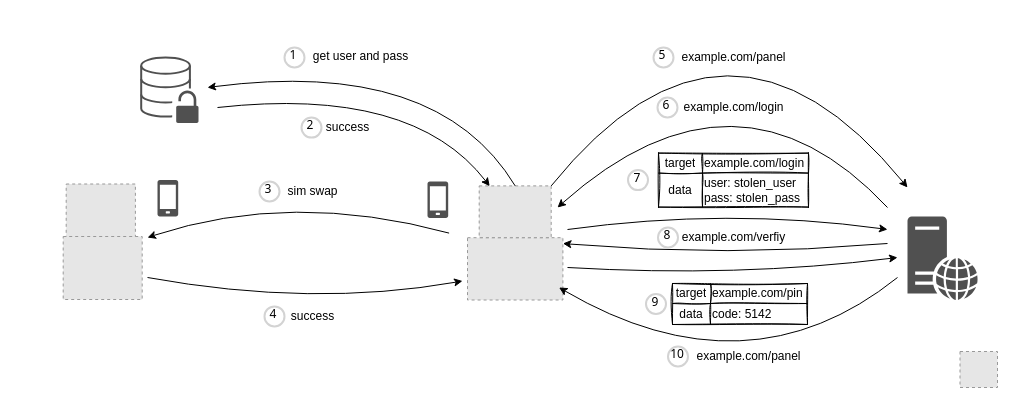
This is two-factor-authentication-sim-swapping.drawio from qeeqbox/two-factor-authentication-sim-swapping, a draw.io file, before an edit. Source tidied: cells renumbered, new cells numbered last; positions are measured from the earlier drawing's top-left corner, leaving out a move shared by most shapes. Both pictures are drawn from the tidied source at 100%, with x=0, y=0 at pixel (17, -33). Pictures stored in the file or linked from it are replaced by grey dashed boxes.
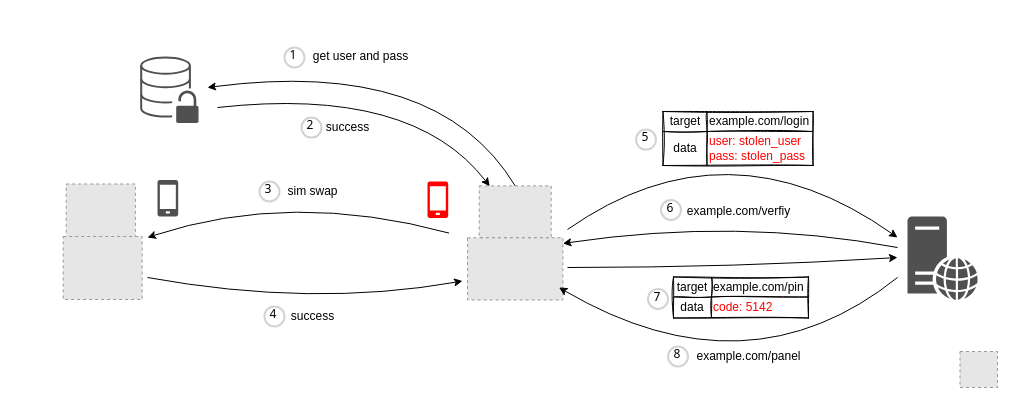
The same page after the edit.

The change refers to these unchanged cells:
```xml
<mxCell id="5" style="fillColor=#E6E6E6;strokeColor=#999999;dashed=1;html=1;verticalAlign=top;verticalLabelPosition=bottom;labelBackgroundColor=#ffffff;" parent="3" vertex="1">
  <mxGeometry x="11.7" width="72" height="51.8" as="geometry" />
</mxCell>
<mxCell id="20" style="shape=tableRow;horizontal=0;startSize=0;swimlaneHead=0;swimlaneBody=0;top=0;left=0;bottom=0;right=0;fillColor=none;" parent="16" vertex="1">
  <mxGeometry y="20" width="150" height="34" as="geometry" />
</mxCell>
<mxCell id="28" style="shape=tableRow;horizontal=0;startSize=0;swimlaneHead=0;swimlaneBody=0;top=0;left=0;bottom=0;right=0;fillColor=none;" parent="24" vertex="1">
  <mxGeometry y="20" width="135" height="21" as="geometry" />
</mxCell>
```

Change to the diagram source:
```diff
@@
-    <mxCell id="7" style="curved=1;endArrow=classic;html=1;exitX=1;exitY=0;exitDx=0;exitDy=0;" parent="1" edge="1" source="5">
-      <mxGeometry relative="1" as="geometry">
-        <mxPoint x="890" y="220" as="targetPoint" />
-        <Array as="points">
-          <mxPoint x="710" />
-        </Array>
-      </mxGeometry>
-    </mxCell>
-    <mxCell id="8" value="example.com/login" style="text;html=1;align=center;verticalAlign=middle;strokeColor=none;fillColor=none;" parent="1" vertex="1">
-      <mxGeometry x="656" y="130" width="120" height="20" as="geometry" />
-    </mxCell>
-    <mxCell id="9" style="curved=1;endArrow=classic;html=1;" parent="1" edge="1">
-      <mxGeometry relative="1" as="geometry">
-        <mxPoint x="870" y="240" as="sourcePoint" />
-        <mxPoint x="540" y="240" as="targetPoint" />
-        <Array as="points">
-          <mxPoint x="720" y="80" />
-        </Array>
-      </mxGeometry>
-    </mxCell>
     <mxCell id="10" style="curved=1;endArrow=classic;html=1;" parent="1" edge="1">
       <mxGeometry relative="1" as="geometry">
-        <mxPoint x="870" y="276" as="sourcePoint" />
+        <mxPoint x="880" y="280" as="sourcePoint" />
         <mxPoint x="545.4" y="276" as="targetPoint" />
         <Array as="points">
-          <mxPoint x="710" y="290" />
+          <mxPoint x="720" y="250" />
         </Array>
       </mxGeometry>
     </mxCell>
     <mxCell id="11" style="curved=1;endArrow=classic;html=1;" parent="1" edge="1">
       <mxGeometry relative="1" as="geometry">
         <mxPoint x="550" y="262" as="sourcePoint" />
-        <mxPoint x="870" y="262" as="targetPoint" />
+        <mxPoint x="880" y="270" as="targetPoint" />
         <Array as="points">
-          <mxPoint x="710" y="240" />
+          <mxPoint x="710" y="150" />
         </Array>
       </mxGeometry>
     </mxCell>
     <mxCell id="12" value="example.com/verfiy" style="text;html=1;align=center;verticalAlign=middle;strokeColor=none;fillColor=none;" parent="1" vertex="1">
-      <mxGeometry x="656" y="260" width="120" height="20" as="geometry" />
+      <mxGeometry x="660.5" y="234" width="120" height="20" as="geometry" />
     </mxCell>
-    <mxCell id="13" value="5" style="ellipse;whiteSpace=wrap;html=1;strokeWidth=2;fontFamily=Tahoma;spacingBottom=4;spacingRight=2;strokeColor=#d3d3d3;" parent="1" vertex="1">
-      <mxGeometry x="636" y="80" width="20" height="20" as="geometry" />
-    </mxCell>
-    <mxCell id="14" value="6" style="ellipse;whiteSpace=wrap;html=1;strokeWidth=2;fontFamily=Tahoma;spacingBottom=4;spacingRight=2;strokeColor=#d3d3d3;" parent="1" vertex="1">
-      <mxGeometry x="640" y="130" width="20" height="20" as="geometry" />
-    </mxCell>
@@
     <mxCell id="16" style="shape=table;html=1;whiteSpace=wrap;startSize=0;childLayout=tableLayout;align=left;rounded=0;shadow=0;sketch=1;arcSize=0;" parent="1" vertex="1">
-      <mxGeometry x="641" y="185.6" width="150" height="54" as="geometry" />
+      <mxGeometry x="645.5" y="144" width="150" height="54" as="geometry" />
     </mxCell>
@@
-    <mxCell id="22" value="&lt;span&gt;user: stolen_user&lt;/span&gt;&lt;br&gt;&lt;span&gt;pass: stolen_pass&lt;/span&gt;" style="shape=partialRectangle;html=1;whiteSpace=wrap;fillColor=none;top=0;left=0;bottom=0;right=0;overflow=hidden;align=left;" parent="20" vertex="1">
+    <mxCell id="22" value="&lt;font color=&quot;#ff0000&quot;&gt;&lt;span&gt;user: stolen_user&lt;/span&gt;&lt;br&gt;&lt;span&gt;pass: stolen_pass&lt;/span&gt;&lt;/font&gt;" style="shape=partialRectangle;html=1;whiteSpace=wrap;fillColor=none;top=0;left=0;bottom=0;right=0;overflow=hidden;align=left;" parent="20" vertex="1">
       <mxGeometry x="44" width="106" height="34" as="geometry" />
     </mxCell>
-    <mxCell id="23" value="example.com/panel" style="text;html=1;align=center;verticalAlign=middle;strokeColor=none;fillColor=none;" parent="1" vertex="1">
-      <mxGeometry x="656" y="80" width="120" height="20" as="geometry" />
-    </mxCell>
     <mxCell id="24" style="shape=table;html=1;whiteSpace=wrap;startSize=0;childLayout=tableLayout;align=left;rounded=0;shadow=0;sketch=1;arcSize=0;" parent="1" vertex="1">
-      <mxGeometry x="655" y="316" width="135" height="41" as="geometry" />
+      <mxGeometry x="656" y="309.5" width="135" height="41" as="geometry" />
     </mxCell>
@@
-    <mxCell id="30" value="&lt;span&gt;code: 5142&lt;/span&gt;" style="shape=partialRectangle;html=1;whiteSpace=wrap;fillColor=none;top=0;left=0;bottom=0;right=0;overflow=hidden;align=left;" parent="28" vertex="1">
+    <mxCell id="30" value="&lt;span&gt;&lt;font color=&quot;#ff0000&quot;&gt;code: 5142&lt;/font&gt;&lt;/span&gt;" style="shape=partialRectangle;html=1;whiteSpace=wrap;fillColor=none;top=0;left=0;bottom=0;right=0;overflow=hidden;align=left;" parent="28" vertex="1">
       <mxGeometry x="38" width="97" height="21" as="geometry" />
     </mxCell>
     <mxCell id="31" style="curved=1;endArrow=classic;html=1;" parent="1" edge="1">
       <mxGeometry relative="1" as="geometry">
         <mxPoint x="550" y="300" as="sourcePoint" />
         <mxPoint x="880" y="290" as="targetPoint" />
         <Array as="points">
-          <mxPoint x="720" y="310" />
+          <mxPoint x="720" y="300" />
         </Array>
       </mxGeometry>
     </mxCell>
@@
-    <mxCell id="33" value="7" style="ellipse;whiteSpace=wrap;html=1;strokeWidth=2;fontFamily=Tahoma;spacingBottom=4;spacingRight=2;strokeColor=#d3d3d3;" parent="1" vertex="1">
-      <mxGeometry x="610.5" y="202.6" width="20" height="20" as="geometry" />
+    <mxCell id="33" value="5" style="ellipse;whiteSpace=wrap;html=1;strokeWidth=2;fontFamily=Tahoma;spacingBottom=4;spacingRight=2;strokeColor=#d3d3d3;" parent="1" vertex="1">
+      <mxGeometry x="618.5" y="162.1" width="20" height="20" as="geometry" />
     </mxCell>
-    <mxCell id="34" value="8" style="ellipse;whiteSpace=wrap;html=1;strokeWidth=2;fontFamily=Tahoma;spacingBottom=4;spacingRight=2;strokeColor=#d3d3d3;" parent="1" vertex="1">
-      <mxGeometry x="640.5" y="260" width="20" height="20" as="geometry" />
+    <mxCell id="34" value="6" style="ellipse;whiteSpace=wrap;html=1;strokeWidth=2;fontFamily=Tahoma;spacingBottom=4;spacingRight=2;strokeColor=#d3d3d3;" parent="1" vertex="1">
+      <mxGeometry x="643.5" y="232.5" width="20" height="20" as="geometry" />
     </mxCell>
-    <mxCell id="35" value="10" style="ellipse;whiteSpace=wrap;html=1;strokeWidth=2;fontFamily=Tahoma;spacingBottom=4;spacingRight=2;strokeColor=#d3d3d3;" parent="1" vertex="1">
+    <mxCell id="35" value="8" style="ellipse;whiteSpace=wrap;html=1;strokeWidth=2;fontFamily=Tahoma;spacingBottom=4;spacingRight=2;strokeColor=#d3d3d3;" parent="1" vertex="1">
       <mxGeometry x="650.5" y="379" width="20" height="20" as="geometry" />
     </mxCell>
@@
-    <mxCell id="37" value="9" style="ellipse;whiteSpace=wrap;html=1;strokeWidth=2;fontFamily=Tahoma;spacingBottom=4;spacingRight=2;strokeColor=#d3d3d3;" parent="1" vertex="1">
-      <mxGeometry x="628.5" y="326.5" width="20" height="20" as="geometry" />
+    <mxCell id="37" value="7" style="ellipse;whiteSpace=wrap;html=1;strokeWidth=2;fontFamily=Tahoma;spacingBottom=4;spacingRight=2;strokeColor=#d3d3d3;" parent="1" vertex="1">
+      <mxGeometry x="630.5" y="321.5" width="20" height="20" as="geometry" />
     </mxCell>
@@
-    <mxCell id="44" style="sketch=0;shadow=0;dashed=0;html=1;strokeColor=none;fillColor=#505050;labelPosition=center;verticalLabelPosition=bottom;verticalAlign=top;align=center;shape=mxgraph.office.devices.cell_phone_generic;" parent="1" vertex="1">
+    <mxCell id="44" style="sketch=0;shadow=0;dashed=0;html=1;strokeColor=none;fillColor=#FF0000;labelPosition=center;verticalLabelPosition=bottom;verticalAlign=top;align=center;shape=mxgraph.office.devices.cell_phone_generic;" parent="1" vertex="1">
       <mxGeometry x="410" y="214" width="20.7" height="36.5" as="geometry" />
     </mxCell>
```
